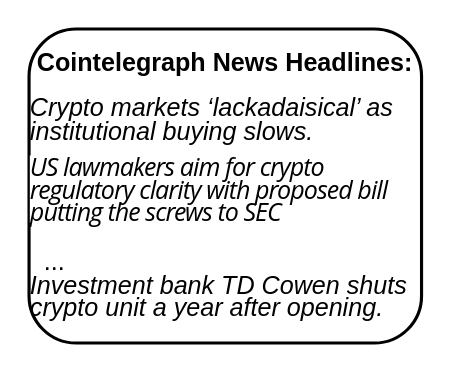
Before: diagrams/news.drawio in lyc0603/multi-agent, a draw.io diagram. Source tidied: cells renumbered, new cells numbered last; positions are measured from the earlier drawing's top-left corner, leaving out a move shared by most shapes. Both pictures are drawn from the tidied source at 157%, with x=0, y=0 at pixel (28, 28).
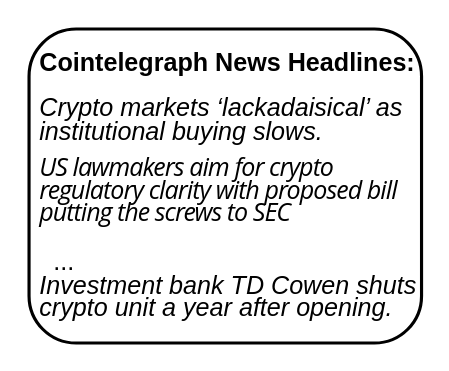
After the change.

The edit, as a diff of the source:
```diff
@@
 <mxGraphModel>
   <root>
     <mxCell id="0" />
     <mxCell id="1" parent="0" />
-    <mxCell id="2" value="&lt;p style=&quot;margin: 0cm; font-family: Calibri, sans-serif; text-align: start; line-height: 90%; font-size: 16px;&quot; class=&quot;MsoNormal&quot;&gt;&lt;b style=&quot;&quot;&gt;&lt;font style=&quot;font-size: 16px;&quot;&gt;&amp;nbsp;Cointelegraph News Headlines:&lt;/font&gt;&lt;/b&gt;&lt;/p&gt;&lt;p style=&quot;margin: 0cm; font-family: Calibri, sans-serif; text-align: start; line-height: 90%; font-size: 16px;&quot; class=&quot;MsoNormal&quot;&gt;&lt;b style=&quot;&quot;&gt;&lt;font style=&quot;font-size: 16px;&quot;&gt;&lt;br&gt;&lt;/font&gt;&lt;/b&gt;&lt;/p&gt;&lt;p style=&quot;margin: 0cm; font-family: Calibri, sans-serif; text-align: start; line-height: 90%; font-size: 16px;&quot; class=&quot;MsoNormal&quot;&gt;&lt;i&gt;&lt;font style=&quot;font-size: 16px;&quot;&gt;Crypto markets ‘lackadaisical’ as institutional buying slows.&lt;/font&gt;&lt;/i&gt;&lt;/p&gt;&lt;h1 style=&quot;box-sizing: border-box; border-width: 0px; border-style: solid; border-color: rgb(229, 231, 235); --tw-border-spacing-x: 0; --tw-border-spacing-y: 0; --tw-translate-x: 0; --tw-translate-y: 0; --tw-rotate: 0; --tw-skew-x: 0; --tw-skew-y: 0; --tw-scale-x: 1; --tw-scale-y: 1; --tw-pan-x: ; --tw-pan-y: ; --tw-pinch-zoom: ; --tw-scroll-snap-strictness: proximity; --tw-gradient-from-position: ; --tw-gradient-via-position: ; --tw-gradient-to-position: ; --tw-ordinal: ; --tw-slashed-zero: ; --tw-numeric-figure: ; --tw-numeric-spacing: ; --tw-numeric-fraction: ; --tw-ring-inset: ; --tw-ring-offset-width: 0px; --tw-ring-offset-color: #fff; --tw-ring-color: rgb(59 130 246 / 0.5); --tw-ring-offset-shadow: 0 0 #0000; --tw-ring-shadow: 0 0 #0000; --tw-shadow: 0 0 #0000; --tw-shadow-colored: 0 0 #0000; --tw-blur: ; --tw-brightness: ; --tw-contrast: ; --tw-grayscale: ; --tw-hue-rotate: ; --tw-invert: ; --tw-saturate: ; --tw-sepia: ; --tw-drop-shadow: ; --tw-backdrop-blur: ; --tw-backdrop-brightness: ; --tw-backdrop-contrast: ; --tw-backdrop-grayscale: ; --tw-backdrop-hue-rotate: ; --tw-backdrop-invert: ; --tw-backdrop-opacity: ; --tw-backdrop-saturate: ; --tw-backdrop-sepia: ; --tw-contain-size: ; --tw-contain-layout: ; --tw-contain-paint: ; --tw-contain-style: ; margin: 8px 0px 18px; line-height: 90%; font-stretch: normal; letter-spacing: -0.6px; font-family: &amp;quot;Open Sans&amp;quot;, -apple-system, &amp;quot;system-ui&amp;quot;, &amp;quot;Segoe UI&amp;quot;, Roboto, Helvetica, Arial, sans-serif; text-align: start; background-color: rgb(255, 255, 255); font-size: 16px;&quot; data-v-93e1f8b6=&quot;&quot; class=&quot;post__title&quot;&gt;&lt;font style=&quot;font-weight: normal; font-size: 16px;&quot;&gt;&lt;i&gt;US lawmakers aim for crypto regulatory clarity with proposed bill putting the screws to SEC&lt;/i&gt;&lt;/font&gt;&lt;/h1&gt;&lt;p style=&quot;text-align: left; margin: 0cm; font-family: Calibri, sans-serif; line-height: 90%; font-size: 16px;&quot; class=&quot;MsoNormal&quot;&gt;&lt;font style=&quot;font-size: 16px;&quot;&gt;&amp;nbsp; ...&lt;/font&gt;&lt;/p&gt;&lt;p style=&quot;margin: 0cm; font-family: Calibri, sans-serif; text-align: start; line-height: 90%; font-size: 16px;&quot; class=&quot;MsoNormal&quot;&gt;&lt;i style=&quot;&quot;&gt;&lt;font style=&quot;font-size: 16px;&quot;&gt;Investment bank TD Cowen shuts crypto unit a year after opening.&lt;/font&gt;&lt;/i&gt;&lt;/p&gt;" style="rounded=1;whiteSpace=wrap;html=1;strokeWidth=2;" parent="1" vertex="1">
+    <mxCell id="2" value="&lt;p style=&quot;margin: 0cm; font-family: Calibri, sans-serif; text-align: start; line-height: 90%; font-size: 16px;&quot; class=&quot;MsoNormal&quot;&gt;&lt;b style=&quot;&quot;&gt;&lt;font style=&quot;font-size: 16px;&quot;&gt;&amp;nbsp;&lt;/font&gt;&lt;/b&gt;&lt;/p&gt;" style="rounded=1;whiteSpace=wrap;html=1;strokeWidth=2;" parent="1" vertex="1">
       <mxGeometry width="250" height="200" as="geometry" />
     </mxCell>
+    <mxCell id="3" value="&lt;p style=&quot;border-color: var(--border-color); margin: 0cm; font-family: Calibri, sans-serif; text-align: start; line-height: 14.4px; font-size: 16px;&quot; class=&quot;MsoNormal&quot;&gt;&lt;b style=&quot;border-color: var(--border-color);&quot;&gt;Cointelegraph News Headlines:&lt;/b&gt;&lt;/p&gt;&lt;p style=&quot;border-color: var(--border-color); margin: 0cm; font-family: Calibri, sans-serif; text-align: start; line-height: 14.4px; font-size: 16px;&quot; class=&quot;MsoNormal&quot;&gt;&lt;b style=&quot;border-color: var(--border-color);&quot;&gt;&lt;br style=&quot;border-color: var(--border-color);&quot;&gt;&lt;/b&gt;&lt;/p&gt;&lt;p style=&quot;border-color: var(--border-color); margin: 0cm; font-family: Calibri, sans-serif; text-align: start; line-height: 14.4px; font-size: 16px;&quot; class=&quot;MsoNormal&quot;&gt;&lt;font style=&quot;border-color: var(--border-color);&quot;&gt;&lt;i&gt;Crypto markets ‘lackadaisical’ as institutional buying slows.&lt;/i&gt;&lt;/font&gt;&lt;/p&gt;&lt;h1 style=&quot;border-color: rgb(229, 231, 235); box-sizing: border-box; border-width: 0px; border-style: solid; --tw-border-spacing-x: 0; --tw-border-spacing-y: 0; --tw-translate-x: 0; --tw-translate-y: 0; --tw-rotate: 0; --tw-skew-x: 0; --tw-skew-y: 0; --tw-scale-x: 1; --tw-scale-y: 1; --tw-pan-x: ; --tw-pan-y: ; --tw-pinch-zoom: ; --tw-scroll-snap-strictness: proximity; --tw-gradient-from-position: ; --tw-gradient-via-position: ; --tw-gradient-to-position: ; --tw-ordinal: ; --tw-slashed-zero: ; --tw-numeric-figure: ; --tw-numeric-spacing: ; --tw-numeric-fraction: ; --tw-ring-inset: ; --tw-ring-offset-width: 0px; --tw-ring-offset-color: #fff; --tw-ring-color: rgb(59 130 246 / 0.5); --tw-ring-offset-shadow: 0 0 #0000; --tw-ring-shadow: 0 0 #0000; --tw-shadow: 0 0 #0000; --tw-shadow-colored: 0 0 #0000; --tw-blur: ; --tw-brightness: ; --tw-contrast: ; --tw-grayscale: ; --tw-hue-rotate: ; --tw-invert: ; --tw-saturate: ; --tw-sepia: ; --tw-drop-shadow: ; --tw-backdrop-blur: ; --tw-backdrop-brightness: ; --tw-backdrop-contrast: ; --tw-backdrop-grayscale: ; --tw-backdrop-hue-rotate: ; --tw-backdrop-invert: ; --tw-backdrop-opacity: ; --tw-backdrop-saturate: ; --tw-backdrop-sepia: ; --tw-contain-size: ; --tw-contain-layout: ; --tw-contain-paint: ; --tw-contain-style: ; margin: 8px 0px 18px; line-height: 14.4px; font-stretch: normal; letter-spacing: -0.6px; font-family: &amp;quot;Open Sans&amp;quot;, -apple-system, &amp;quot;system-ui&amp;quot;, &amp;quot;Segoe UI&amp;quot;, Roboto, Helvetica, Arial, sans-serif; text-align: start; background-color: rgb(255, 255, 255); font-size: 16px;&quot; data-v-93e1f8b6=&quot;&quot; class=&quot;post__title&quot;&gt;&lt;font style=&quot;border-color: var(--border-color); font-weight: normal;&quot;&gt;&lt;i&gt;US lawmakers aim for crypto regulatory clarity with proposed bill putting the screws to SEC&lt;/i&gt;&lt;/font&gt;&lt;/h1&gt;&lt;p style=&quot;border-color: var(--border-color); text-align: left; margin: 0cm; font-family: Calibri, sans-serif; line-height: 14.4px; font-size: 16px;&quot; class=&quot;MsoNormal&quot;&gt;&lt;font style=&quot;border-color: var(--border-color);&quot;&gt;&amp;nbsp; ...&lt;/font&gt;&lt;/p&gt;&lt;p style=&quot;border-color: var(--border-color); margin: 0cm; font-family: Calibri, sans-serif; text-align: start; line-height: 14.4px; font-size: 16px;&quot; class=&quot;MsoNormal&quot;&gt;&lt;font style=&quot;border-color: var(--border-color);&quot;&gt;&lt;i&gt;Investment bank TD Cowen shuts crypto unit a year after opening.&lt;/i&gt;&lt;/font&gt;&lt;/p&gt;" style="text;html=1;strokeColor=none;fillColor=none;align=center;verticalAlign=middle;whiteSpace=wrap;rounded=0;" parent="1" vertex="1">
+      <mxGeometry x="6" y="85" width="244" height="30" as="geometry" />
+    </mxCell>
   </root>
 </mxGraphModel>
```
